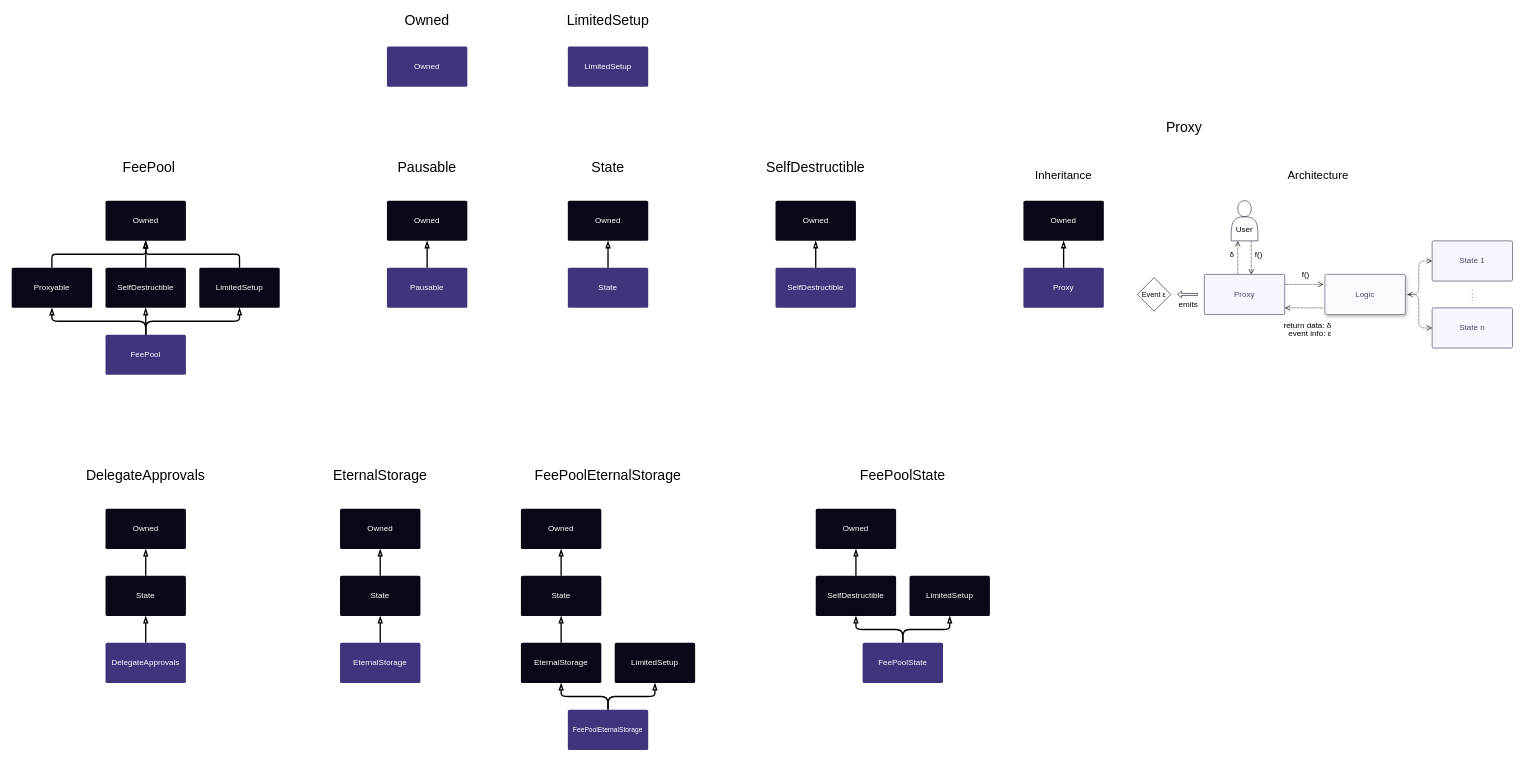
Above: docs/img/graphs/synthetix-docs-graphs.drawio in Synthetixio/synthetix (draw.io), before the change. Source tidied: cells renumbered, new cells numbered last; positions are measured from the earlier drawing's top-left corner, leaving out a move shared by most shapes. Both pictures are drawn from the tidied source at 67%, with x=0, y=0 at pixel (11, 13).
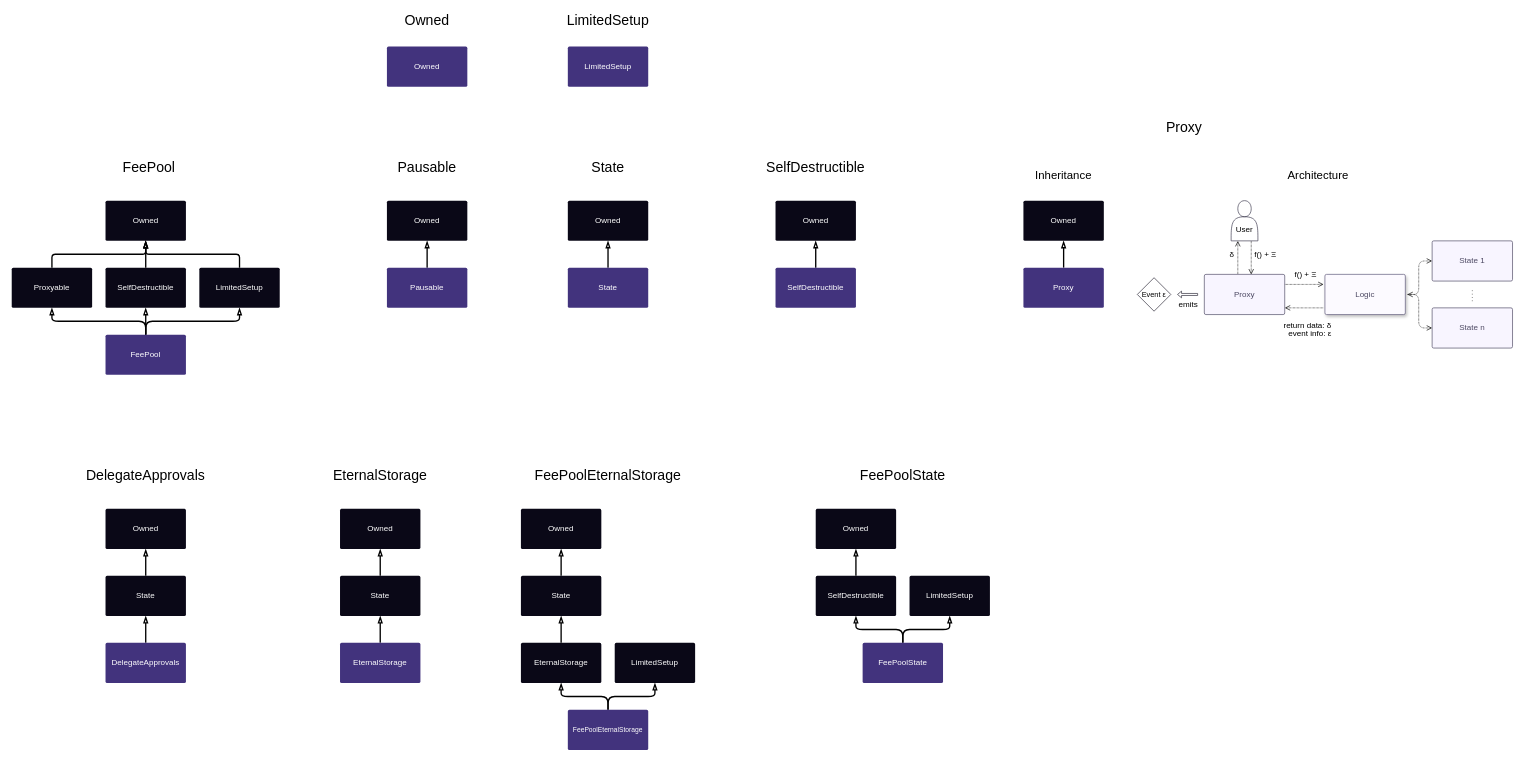
After the change.

The change refers to these unchanged cells:
```xml
<mxCell id="66" style="edgeStyle=orthogonalEdgeStyle;rounded=1;jettySize=auto;html=1;exitX=1;exitY=0.25;exitDx=0;exitDy=0;dashed=1;dashPattern=1 1;startArrow=none;startFill=0;endArrow=open;endFill=0;strokeWidth=1;fontSize=21;" parent="1" edge="1" source="68">
  <mxGeometry relative="1" as="geometry">
    <mxPoint x="1958" y="405" as="targetPoint" />
  </mxGeometry>
</mxCell>
<mxCell id="73" style="edgeStyle=orthogonalEdgeStyle;rounded=1;orthogonalLoop=1;jettySize=auto;html=1;exitX=0.5;exitY=1;exitDx=0;exitDy=0;entryX=0.5;entryY=0;entryDx=0;entryDy=0;startArrow=none;startFill=0;endArrow=open;endFill=0;strokeWidth=1;fontSize=21;dashed=1;dashPattern=1 1;" parent="1" edge="1">
  <mxGeometry relative="1" as="geometry">
    <mxPoint x="1850" y="340.2" as="sourcePoint" />
    <mxPoint x="1850" y="390.2" as="targetPoint" />
  </mxGeometry>
</mxCell>
```

What changed in the source:
```diff
@@
-    <mxCell id="67" value="&lt;font style=&quot;font-size: 12px;&quot;&gt;f()&lt;/font&gt;" style="text;html=1;align=center;verticalAlign=middle;labelBackgroundColor=#ffffff;fontSize=12;" parent="66" vertex="1">
+    <mxCell id="67" value="&lt;font style=&quot;font-size: 12px&quot;&gt;f() + &lt;/font&gt;&lt;font style=&quot;font-size: 12px&quot;&gt;Ξ&lt;/font&gt;" style="text;html=1;align=center;verticalAlign=middle;labelBackgroundColor=#ffffff;fontSize=12;" parent="66" vertex="1">
       <mxGeometry x="0.23" y="-1" relative="1" as="geometry">
         <mxPoint x="-5.5" y="-16" as="offset" />
       </mxGeometry>
     </mxCell>
@@
-    <mxCell id="74" value="&lt;font style=&quot;font-size: 12px;&quot;&gt;f()&lt;br style=&quot;font-size: 12px;&quot;&gt;&lt;/font&gt;" style="text;html=1;align=center;verticalAlign=middle;labelBackgroundColor=#ffffff;fontSize=12;" parent="73" vertex="1">
+    <mxCell id="74" value="&lt;font style=&quot;font-size: 12px&quot;&gt;f()&lt;/font&gt; + Ξ " style="text;html=1;align=center;verticalAlign=middle;labelBackgroundColor=#ffffff;fontSize=12;" parent="73" vertex="1">
       <mxGeometry x="0.04" y="1" relative="1" as="geometry">
-        <mxPoint x="9" y="-6" as="offset" />
+        <mxPoint x="19" y="-6.5" as="offset" />
       </mxGeometry>
     </mxCell>
```
